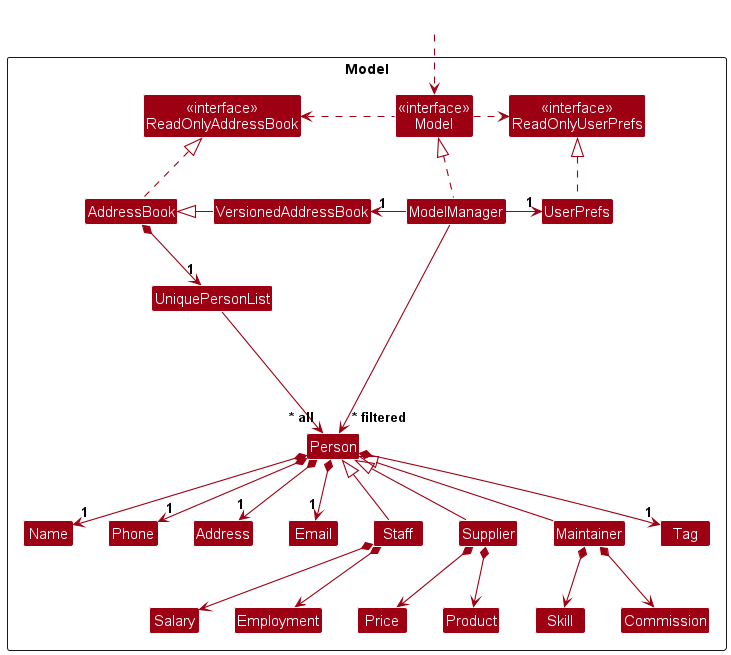
The PlantUML diagram docs/images/ModelClassDiagram.png in yleeyilin/tp, before a commit. Source of this version:
```plantuml
@startuml
!include style.puml
skinparam arrowThickness 1.1
skinparam arrowColor MODEL_COLOR
skinparam classBackgroundColor MODEL_COLOR

Package Model as ModelPackage <<Rectangle>>{
Class "<<interface>>\nReadOnlyAddressBook" as ReadOnlyAddressBook
Class "<<interface>>\nReadOnlyUserPrefs" as ReadOnlyUserPrefs
Class "<<interface>>\nModel" as Model
Class AddressBook
Class ModelManager
Class VersionedAddressBook
Class UserPrefs

Class UniquePersonList
Class Person
Class Staff
Class Supplier
Class Maintainer
Class Name
Class Phone
Class Email
Class Address
Class Salary
Class Employment
Class Price
Class Product
Class Skill
Class Commission
Class Tag

Class I #FFFFFF
}

Class HiddenOutside #FFFFFF
HiddenOutside ..> Model

AddressBook .up.|> ReadOnlyAddressBook

ModelManager .up.|> Model
Model .right.> ReadOnlyUserPrefs
Model .left.> ReadOnlyAddressBook
ModelManager -left-> "1" VersionedAddressBook
VersionedAddressBook -left-|> AddressBook
ModelManager -right-> "1" UserPrefs
UserPrefs .up.|> ReadOnlyUserPrefs

AddressBook *--> "1" UniquePersonList
UniquePersonList --> "~* all" Person
Person *--> "1" Name
Person *--> "1" Phone
Person *--> "1" Email
Person *--> "1" Address
Person *--> "1" Tag

Person <|-- Staff
Person <|-- Supplier
Person <|-- Maintainer

Staff *--> Salary
Staff *--> Employment

Supplier *--> Price
Supplier *--> Product

Maintainer *--> Skill
Maintainer *--> Commission

Person -[hidden]up--> I
UniquePersonList -[hidden]right-> I

Name -[hidden]right-> Phone
Phone -[hidden]right-> Address
Address -[hidden]right-> Email

ModelManager --> "~* filtered" Person
@enduml
```
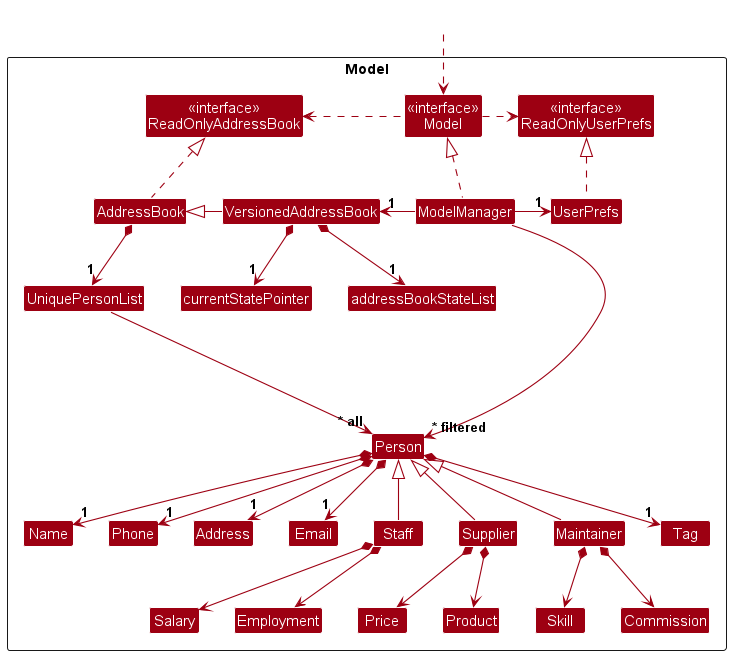
After the change.

The edit, as a diff of the source:
```diff
@@ -13,6 +13,8 @@
 Class VersionedAddressBook
 Class UserPrefs
 
+Class addressBookStateList
+Class currentStatePointer
 Class UniquePersonList
 Class Person
 Class Staff
@@ -43,6 +45,8 @@
 Model .left.> ReadOnlyAddressBook
 ModelManager -left-> "1" VersionedAddressBook
 VersionedAddressBook -left-|> AddressBook
+VersionedAddressBook *--> "1" addressBookStateList
+VersionedAddressBook *--> "1" currentStatePointer
 ModelManager -right-> "1" UserPrefs
 UserPrefs .up.|> ReadOnlyUserPrefs
 
```
